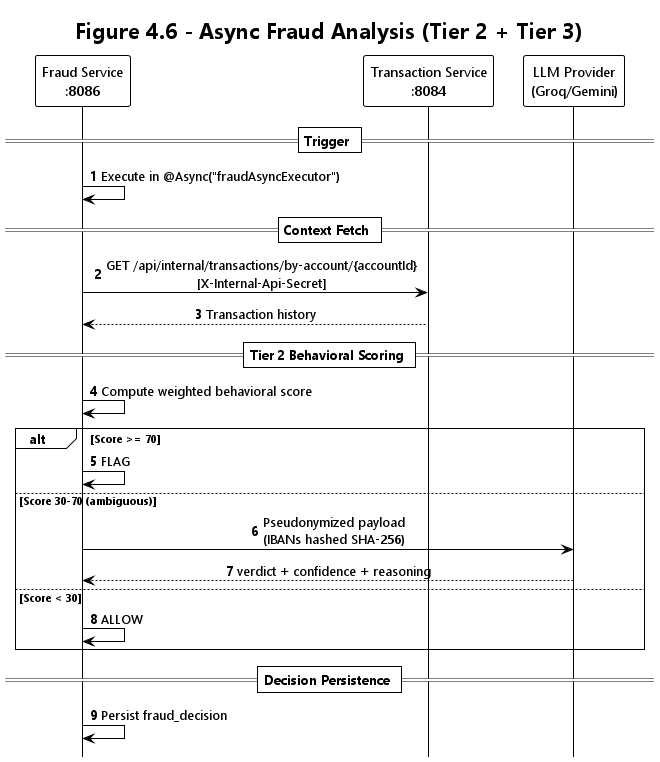
Before: out/uml/chapter5/transfer-flow-async-fraud/Transfer_Flow_Async_Fraud.png, a diagram exported from PlantUML (TurcanuTeodor/Online-Internet-Banking). The source it was exported from:
```plantuml
@startuml Transfer_Flow_Async_Fraud
!theme plain
autonumber
hide footbox
skinparam backgroundColor white
skinparam defaultFontName "Segoe UI"
skinparam sequenceMessageAlign center

title Figure 4.6 - Async Fraud Analysis (Tier 2 + Tier 3)

participant "Fraud Service\n:8086" as FRAUD
participant "Transaction Service\n:8084" as TX
participant "LLM Provider\n(Groq/Gemini)" as LLM

== Trigger ==
FRAUD -> FRAUD : Execute in @Async("fraudAsyncExecutor")

== Context Fetch ==
FRAUD -> TX : GET /api/internal/transactions/by-account/{accountId}\n[X-Internal-Api-Secret]
TX --> FRAUD : Transaction history

== Tier 2 Behavioral Scoring ==
FRAUD -> FRAUD : Compute weighted behavioral score

alt Score >= 70
  FRAUD -> FRAUD : FLAG
else Score 30-70 (ambiguous)
  FRAUD -> LLM : Pseudonymized payload\n(IBANs hashed SHA-256)
  LLM --> FRAUD : verdict + confidence + reasoning
else Score < 30
  FRAUD -> FRAUD : ALLOW
end

== Decision Persistence ==
FRAUD -> FRAUD : Persist fraud_decision

@enduml
```
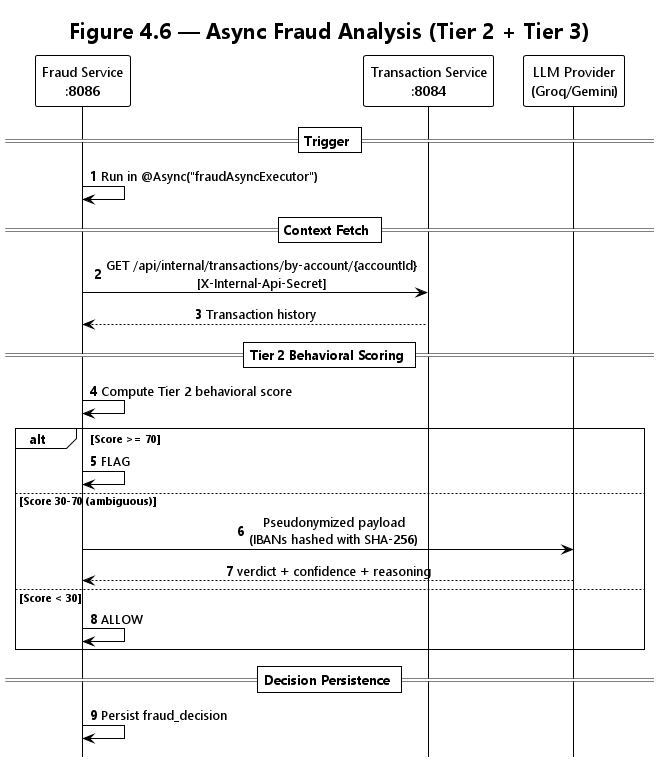
Later version of the same file.

The edit, as a diff of the source:
```diff
@@ -6,26 +6,26 @@
 skinparam defaultFontName "Segoe UI"
 skinparam sequenceMessageAlign center
 
-title Figure 4.6 - Async Fraud Analysis (Tier 2 + Tier 3)
+title Figure 4.6 — Async Fraud Analysis (Tier 2 + Tier 3)
 
 participant "Fraud Service\n:8086" as FRAUD
 participant "Transaction Service\n:8084" as TX
 participant "LLM Provider\n(Groq/Gemini)" as LLM
 
 == Trigger ==
-FRAUD -> FRAUD : Execute in @Async("fraudAsyncExecutor")
+FRAUD -> FRAUD : Run in @Async("fraudAsyncExecutor")
 
 == Context Fetch ==
 FRAUD -> TX : GET /api/internal/transactions/by-account/{accountId}\n[X-Internal-Api-Secret]
 TX --> FRAUD : Transaction history
 
 == Tier 2 Behavioral Scoring ==
-FRAUD -> FRAUD : Compute weighted behavioral score
+FRAUD -> FRAUD : Compute Tier 2 behavioral score
 
 alt Score >= 70
   FRAUD -> FRAUD : FLAG
 else Score 30-70 (ambiguous)
-  FRAUD -> LLM : Pseudonymized payload\n(IBANs hashed SHA-256)
+  FRAUD -> LLM : Pseudonymized payload\n(IBANs hashed with SHA-256)
   LLM --> FRAUD : verdict + confidence + reasoning
 else Score < 30
   FRAUD -> FRAUD : ALLOW
```
